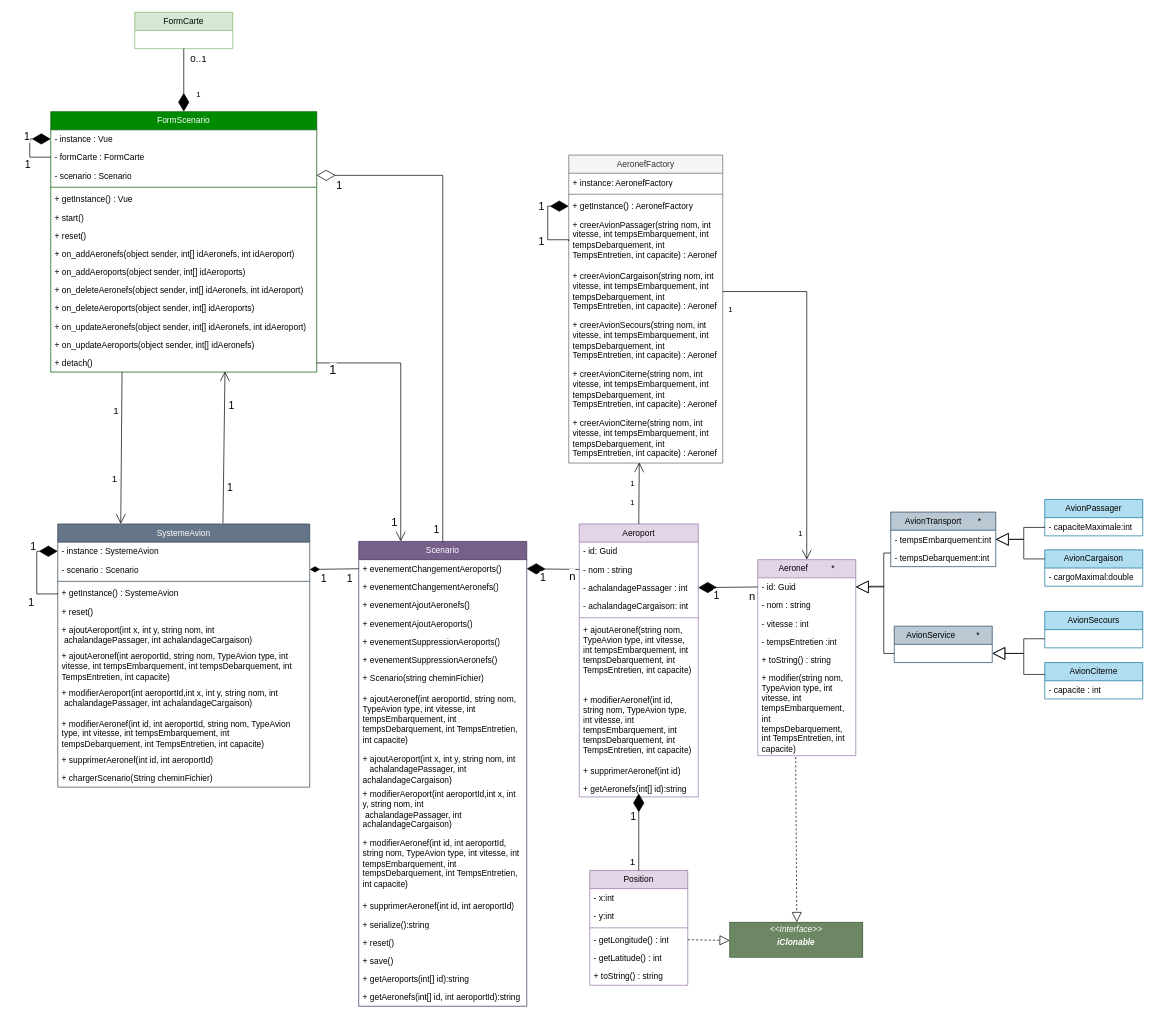
Earlier version of the draw.io diagram Aviyons.drawio (felixcharbonneau/Echec). Source tidied: cells renumbered, new cells numbered last; positions are measured from the earlier drawing's top-left corner, leaving out a move shared by most shapes. Both pictures are drawn from the tidied source at 70%, with x=0, y=0 at pixel (29, 12).
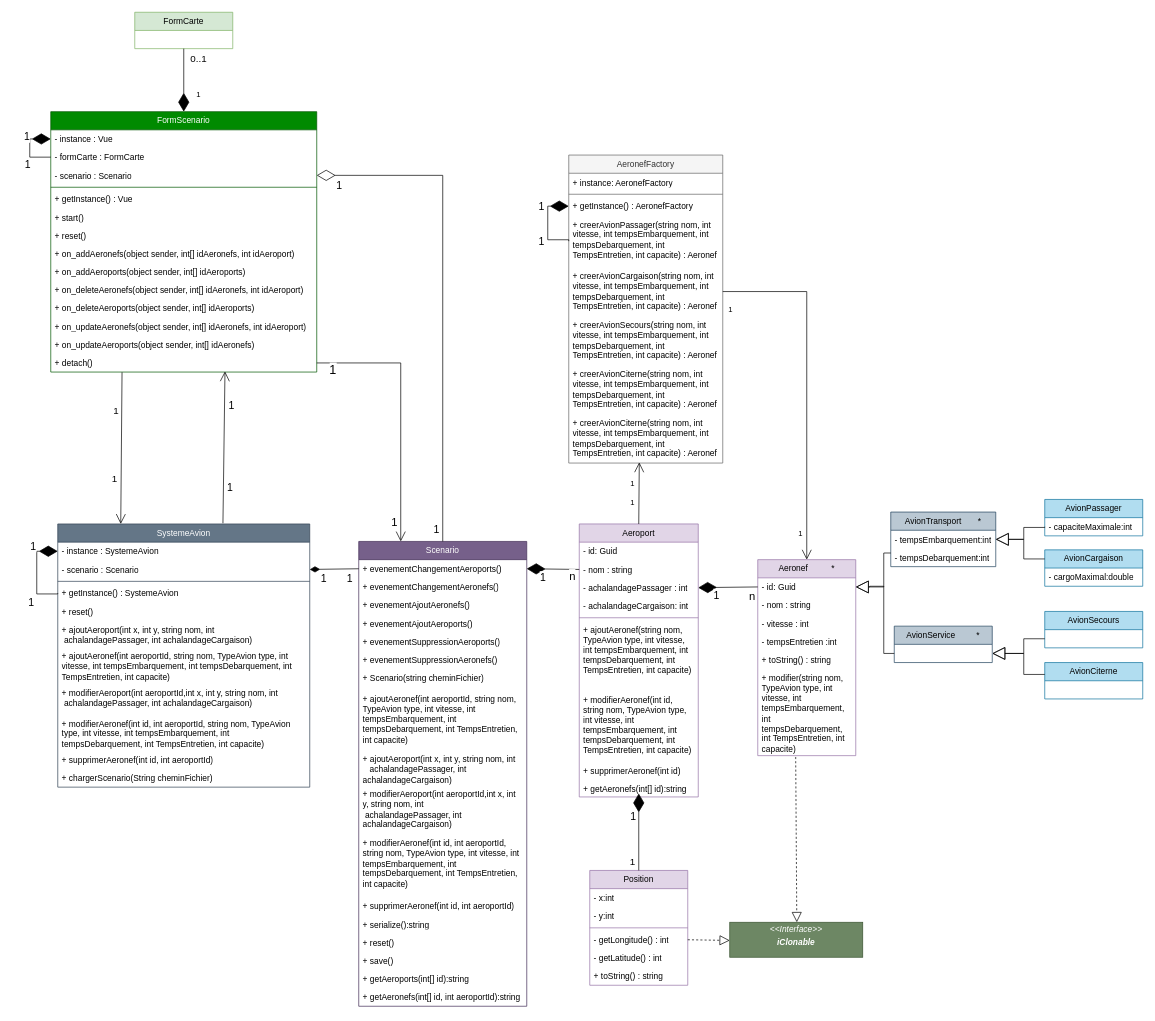
After the change.

Unchanged cells that the change refers to:
```xml
<mxCell id="99" value="AvionCiterne" style="swimlane;fontStyle=0;horizontal=1;startSize=26;fillColor=#b1ddf0;whiteSpace=wrap;html=1;strokeColor=#10739e;" parent="1" vertex="1">
  <mxGeometry x="1450" y="929" width="140" height="52" as="geometry" />
</mxCell>
```

The edit, as a diff of the source:
```diff
@@
-    <mxCell id="100" value="- capacite : int" style="text;strokeColor=none;fillColor=none;align=left;verticalAlign=top;spacingLeft=4;spacingRight=4;overflow=hidden;whiteSpace=wrap;html=1;" parent="99" vertex="1">
-      <mxGeometry y="26" width="140" height="26" as="geometry" />
-    </mxCell>
```
